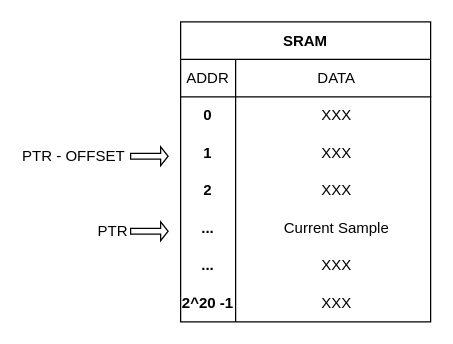
JoeyStrandnes/TSIU03-VHDL-Gang keeps this draw.io diagram as Documentation/SRAM_CONTROLLER.drawio. Above is the earlier version. Source tidied: cells renumbered, new cells numbered last; positions are measured from the earlier drawing's top-left corner, leaving out a move shared by most shapes. Both pictures are drawn from the tidied source at 125%, with x=0, y=0 at pixel (130, 21).
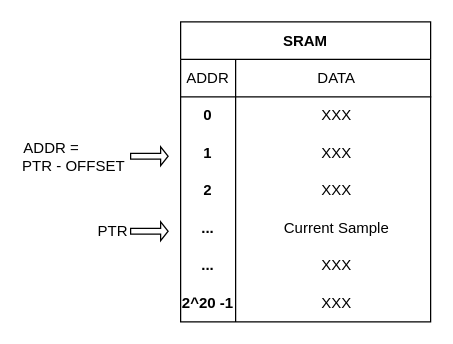
Above is the later version.

What changed in the source:
```diff
@@
-    <mxCell id="25" value="PTR - OFFSET&amp;nbsp;" style="shape=singleArrow;html=1;hachureGap=4;align=right;spacingTop=0;spacingLeft=0;spacingRight=0;labelPosition=left;verticalLabelPosition=middle;verticalAlign=middle;" parent="1" vertex="1">
+    <mxCell id="25" value="ADDR =&amp;nbsp; &amp;nbsp; &amp;nbsp; &amp;nbsp; &amp;nbsp; &amp;nbsp;&amp;nbsp;&lt;br&gt;PTR - OFFSET&amp;nbsp;" style="shape=singleArrow;html=1;hachureGap=4;align=right;spacingTop=0;spacingLeft=0;spacingRight=0;labelPosition=left;verticalLabelPosition=middle;verticalAlign=middle;" parent="1" vertex="1">
       <mxGeometry y="100" width="30" height="15" as="geometry" />
     </mxCell>
```
